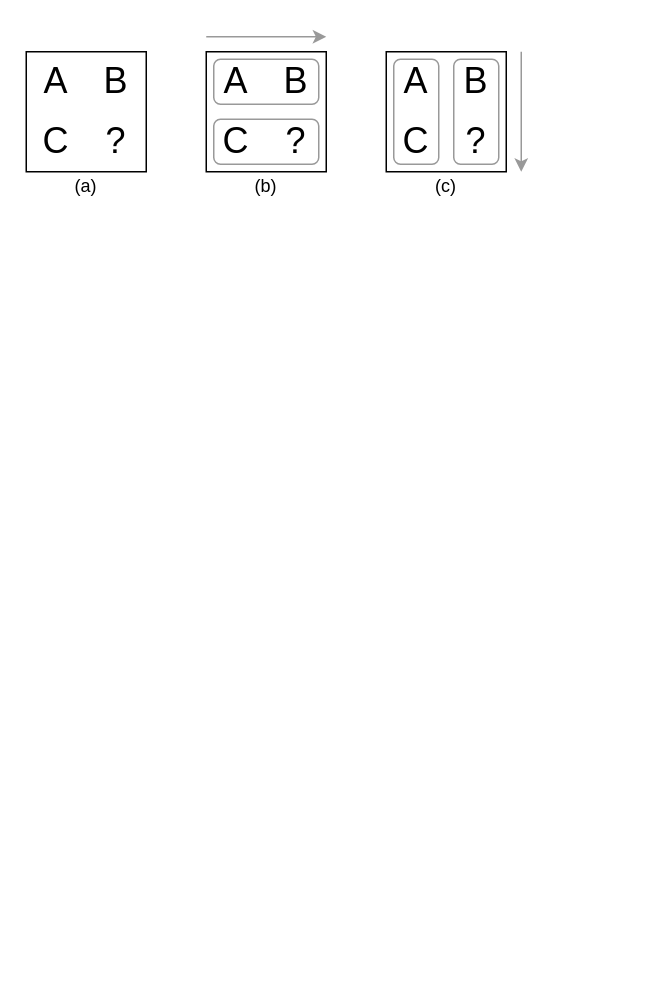
The draw.io diagram pic/2x2_anlg.drawio in Yang-Yuan/raven-extension, before the edit. Source tidied: cells renumbered, new cells numbered last; positions are measured from the earlier drawing's top-left corner, leaving out a move shared by most shapes. Both pictures are drawn from the tidied source at 150%, with x=0, y=0 at pixel (26, 28).
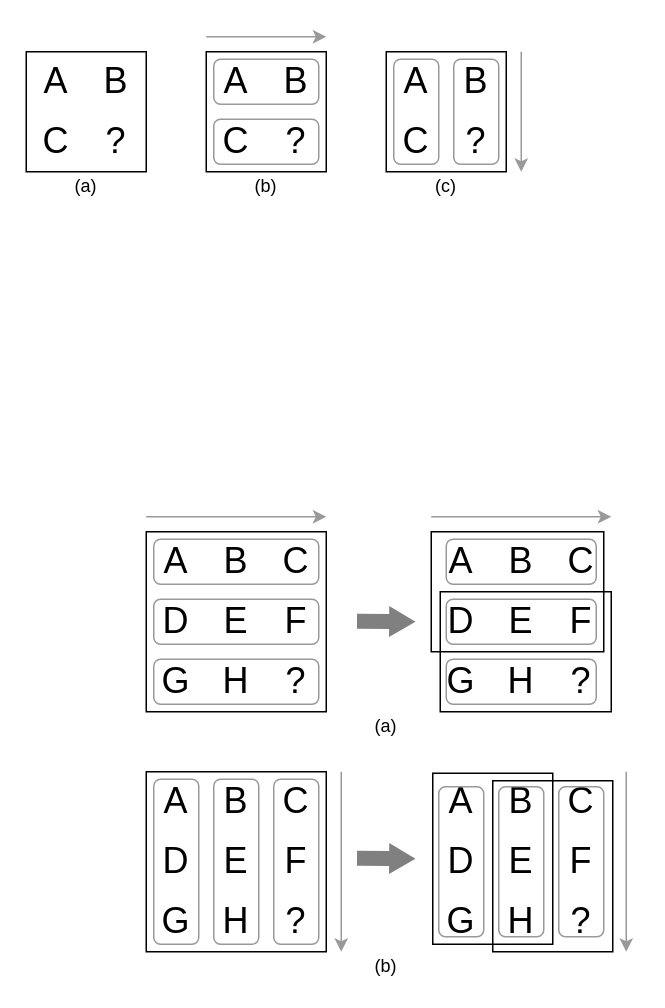
After the change.

The edit, as a diff of the source:
```diff
@@
+    <mxCell id="29" style="rounded=0;whiteSpace=wrap;html=1;strokeColor=#000000;fillColor=none;" parent="1" vertex="1">
+      <mxGeometry x="270" y="335" width="115" height="80" as="geometry" />
+    </mxCell>
+    <mxCell id="30" value="&lt;font style=&quot;font-size: 24px&quot;&gt;A&lt;/font&gt;" style="text;html=1;strokeColor=none;fillColor=none;align=center;verticalAlign=middle;whiteSpace=wrap;rounded=0;" parent="1" vertex="1">
+      <mxGeometry x="270" y="335" width="40" height="40" as="geometry" />
+    </mxCell>
+    <mxCell id="31" value="&lt;font style=&quot;font-size: 24px&quot;&gt;B&lt;/font&gt;" style="text;html=1;strokeColor=none;fillColor=none;align=center;verticalAlign=middle;whiteSpace=wrap;rounded=0;" parent="1" vertex="1">
+      <mxGeometry x="310" y="335" width="40" height="40" as="geometry" />
+    </mxCell>
+    <mxCell id="32" value="&lt;font style=&quot;font-size: 24px&quot;&gt;C&lt;/font&gt;" style="text;html=1;strokeColor=none;fillColor=none;align=center;verticalAlign=middle;whiteSpace=wrap;rounded=0;" parent="1" vertex="1">
+      <mxGeometry x="350" y="335" width="40" height="40" as="geometry" />
+    </mxCell>
+    <mxCell id="33" value="&lt;font style=&quot;font-size: 24px&quot;&gt;D&lt;/font&gt;" style="text;html=1;strokeColor=none;fillColor=none;align=center;verticalAlign=middle;whiteSpace=wrap;rounded=0;" parent="1" vertex="1">
+      <mxGeometry x="270" y="375" width="40" height="40" as="geometry" />
+    </mxCell>
+    <mxCell id="34" value="&lt;font style=&quot;font-size: 24px&quot;&gt;E&lt;/font&gt;" style="text;html=1;strokeColor=none;fillColor=none;align=center;verticalAlign=middle;whiteSpace=wrap;rounded=0;" parent="1" vertex="1">
+      <mxGeometry x="310" y="375" width="40" height="40" as="geometry" />
+    </mxCell>
+    <mxCell id="35" value="&lt;font style=&quot;font-size: 24px&quot;&gt;F&lt;/font&gt;" style="text;html=1;strokeColor=none;fillColor=none;align=center;verticalAlign=middle;whiteSpace=wrap;rounded=0;" parent="1" vertex="1">
+      <mxGeometry x="350" y="375" width="40" height="40" as="geometry" />
+    </mxCell>
+    <mxCell id="36" value="&lt;font style=&quot;font-size: 24px&quot;&gt;G&lt;/font&gt;" style="text;html=1;strokeColor=none;fillColor=none;align=center;verticalAlign=middle;whiteSpace=wrap;rounded=0;" parent="1" vertex="1">
+      <mxGeometry x="270" y="415" width="40" height="40" as="geometry" />
+    </mxCell>
+    <mxCell id="37" value="&lt;font style=&quot;font-size: 24px&quot;&gt;H&lt;/font&gt;" style="text;html=1;strokeColor=none;fillColor=none;align=center;verticalAlign=middle;whiteSpace=wrap;rounded=0;" parent="1" vertex="1">
+      <mxGeometry x="310" y="415" width="40" height="40" as="geometry" />
+    </mxCell>
+    <mxCell id="38" style="endArrow=classic;html=1;strokeColor=#999999;" parent="1" edge="1">
+      <mxGeometry relative="1" as="geometry">
+        <mxPoint x="270" y="325" as="sourcePoint" />
+        <mxPoint x="390" y="325" as="targetPoint" />
+      </mxGeometry>
+    </mxCell>
+    <mxCell id="39" value="&lt;font style=&quot;font-size: 24px&quot;&gt;?&lt;/font&gt;" style="text;html=1;strokeColor=none;fillColor=none;align=center;verticalAlign=middle;whiteSpace=wrap;rounded=0;" parent="1" vertex="1">
+      <mxGeometry x="350" y="415" width="40" height="40" as="geometry" />
+    </mxCell>
+    <mxCell id="40" style="rounded=1;whiteSpace=wrap;html=1;strokeColor=#999999;fillColor=none;" parent="1" vertex="1">
+      <mxGeometry x="280" y="340" width="100" height="30" as="geometry" />
+    </mxCell>
+    <mxCell id="41" style="rounded=1;whiteSpace=wrap;html=1;strokeColor=#999999;fillColor=none;" parent="1" vertex="1">
+      <mxGeometry x="280" y="380" width="100" height="30" as="geometry" />
+    </mxCell>
+    <mxCell id="42" style="rounded=1;whiteSpace=wrap;html=1;strokeColor=#999999;fillColor=none;" parent="1" vertex="1">
+      <mxGeometry x="280" y="420" width="100" height="30" as="geometry" />
+    </mxCell>
+    <mxCell id="43" style="rounded=0;whiteSpace=wrap;html=1;strokeColor=#000000;fillColor=none;" parent="1" vertex="1">
+      <mxGeometry x="276" y="375" width="114" height="80" as="geometry" />
+    </mxCell>
+    <mxCell id="44" style="whiteSpace=wrap;html=1;strokeColor=#000000;fillColor=none;" parent="1" vertex="1">
+      <mxGeometry x="80" y="335" width="120" height="120" as="geometry" />
+    </mxCell>
+    <mxCell id="45" value="&lt;font style=&quot;font-size: 24px&quot;&gt;A&lt;/font&gt;" style="text;html=1;strokeColor=none;fillColor=none;align=center;verticalAlign=middle;whiteSpace=wrap;rounded=0;" parent="1" vertex="1">
+      <mxGeometry x="80" y="335" width="40" height="40" as="geometry" />
+    </mxCell>
+    <mxCell id="46" value="&lt;font style=&quot;font-size: 24px&quot;&gt;B&lt;/font&gt;" style="text;html=1;strokeColor=none;fillColor=none;align=center;verticalAlign=middle;whiteSpace=wrap;rounded=0;" parent="1" vertex="1">
+      <mxGeometry x="120" y="335" width="40" height="40" as="geometry" />
+    </mxCell>
+    <mxCell id="47" value="&lt;font style=&quot;font-size: 24px&quot;&gt;C&lt;/font&gt;" style="text;html=1;strokeColor=none;fillColor=none;align=center;verticalAlign=middle;whiteSpace=wrap;rounded=0;" parent="1" vertex="1">
+      <mxGeometry x="160" y="335" width="40" height="40" as="geometry" />
+    </mxCell>
+    <mxCell id="48" value="&lt;font style=&quot;font-size: 24px&quot;&gt;D&lt;/font&gt;" style="text;html=1;strokeColor=none;fillColor=none;align=center;verticalAlign=middle;whiteSpace=wrap;rounded=0;" parent="1" vertex="1">
+      <mxGeometry x="80" y="375" width="40" height="40" as="geometry" />
+    </mxCell>
+    <mxCell id="49" value="&lt;font style=&quot;font-size: 24px&quot;&gt;E&lt;/font&gt;" style="text;html=1;strokeColor=none;fillColor=none;align=center;verticalAlign=middle;whiteSpace=wrap;rounded=0;" parent="1" vertex="1">
+      <mxGeometry x="120" y="375" width="40" height="40" as="geometry" />
+    </mxCell>
+    <mxCell id="50" value="&lt;font style=&quot;font-size: 24px&quot;&gt;F&lt;/font&gt;" style="text;html=1;strokeColor=none;fillColor=none;align=center;verticalAlign=middle;whiteSpace=wrap;rounded=0;" parent="1" vertex="1">
+      <mxGeometry x="160" y="375" width="40" height="40" as="geometry" />
+    </mxCell>
+    <mxCell id="51" value="&lt;font style=&quot;font-size: 24px&quot;&gt;G&lt;/font&gt;" style="text;html=1;strokeColor=none;fillColor=none;align=center;verticalAlign=middle;whiteSpace=wrap;rounded=0;" parent="1" vertex="1">
+      <mxGeometry x="80" y="415" width="40" height="40" as="geometry" />
+    </mxCell>
+    <mxCell id="52" value="&lt;font style=&quot;font-size: 24px&quot;&gt;H&lt;/font&gt;" style="text;html=1;strokeColor=none;fillColor=none;align=center;verticalAlign=middle;whiteSpace=wrap;rounded=0;" parent="1" vertex="1">
+      <mxGeometry x="120" y="415" width="40" height="40" as="geometry" />
+    </mxCell>
+    <mxCell id="53" value="&lt;font style=&quot;font-size: 24px&quot;&gt;?&lt;/font&gt;" style="text;html=1;strokeColor=none;fillColor=none;align=center;verticalAlign=middle;whiteSpace=wrap;rounded=0;" parent="1" vertex="1">
+      <mxGeometry x="160" y="415" width="40" height="40" as="geometry" />
+    </mxCell>
+    <mxCell id="54" style="rounded=1;whiteSpace=wrap;html=1;strokeColor=#999999;fillColor=none;" parent="1" vertex="1">
+      <mxGeometry x="85" y="420" width="110" height="30" as="geometry" />
+    </mxCell>
+    <mxCell id="55" style="rounded=1;whiteSpace=wrap;html=1;strokeColor=#999999;fillColor=none;" parent="1" vertex="1">
+      <mxGeometry x="85" y="380" width="110" height="30" as="geometry" />
+    </mxCell>
+    <mxCell id="56" style="rounded=1;whiteSpace=wrap;html=1;strokeColor=#999999;fillColor=none;" parent="1" vertex="1">
+      <mxGeometry x="85" y="340" width="110" height="30" as="geometry" />
+    </mxCell>
+    <mxCell id="57" style="endArrow=classic;html=1;strokeColor=#999999;" parent="1" edge="1">
+      <mxGeometry relative="1" as="geometry">
+        <mxPoint x="80" y="325" as="sourcePoint" />
+        <mxPoint x="200" y="325" as="targetPoint" />
+      </mxGeometry>
+    </mxCell>
+    <mxCell id="58" style="shape=flexArrow;endArrow=classic;html=1;strokeColor=none;fillColor=#808080;endWidth=9.714285714285714;endSize=5.525714285714286;" parent="1" edge="1">
+      <mxGeometry relative="1" as="geometry">
+        <mxPoint x="220" y="394.7" as="sourcePoint" />
+        <mxPoint x="260" y="395" as="targetPoint" />
+      </mxGeometry>
+    </mxCell>
+    <mxCell id="59" value="&lt;font style=&quot;font-size: 24px&quot;&gt;A&lt;/font&gt;" style="text;html=1;strokeColor=none;fillColor=none;align=center;verticalAlign=middle;whiteSpace=wrap;rounded=0;" parent="1" vertex="1">
+      <mxGeometry x="270" y="495" width="40" height="40" as="geometry" />
+    </mxCell>
+    <mxCell id="60" value="&lt;font style=&quot;font-size: 24px&quot;&gt;B&lt;/font&gt;" style="text;html=1;strokeColor=none;fillColor=none;align=center;verticalAlign=middle;whiteSpace=wrap;rounded=0;" parent="1" vertex="1">
+      <mxGeometry x="310" y="495" width="40" height="40" as="geometry" />
+    </mxCell>
+    <mxCell id="61" value="&lt;font style=&quot;font-size: 24px&quot;&gt;C&lt;/font&gt;" style="text;html=1;strokeColor=none;fillColor=none;align=center;verticalAlign=middle;whiteSpace=wrap;rounded=0;" parent="1" vertex="1">
+      <mxGeometry x="350" y="495" width="40" height="40" as="geometry" />
+    </mxCell>
+    <mxCell id="62" value="&lt;font style=&quot;font-size: 24px&quot;&gt;D&lt;/font&gt;" style="text;html=1;strokeColor=none;fillColor=none;align=center;verticalAlign=middle;whiteSpace=wrap;rounded=0;" parent="1" vertex="1">
+      <mxGeometry x="270" y="535" width="40" height="40" as="geometry" />
+    </mxCell>
+    <mxCell id="63" value="&lt;font style=&quot;font-size: 24px&quot;&gt;E&lt;/font&gt;" style="text;html=1;strokeColor=none;fillColor=none;align=center;verticalAlign=middle;whiteSpace=wrap;rounded=0;" parent="1" vertex="1">
+      <mxGeometry x="310" y="535" width="40" height="40" as="geometry" />
+    </mxCell>
+    <mxCell id="64" value="&lt;font style=&quot;font-size: 24px&quot;&gt;F&lt;/font&gt;" style="text;html=1;strokeColor=none;fillColor=none;align=center;verticalAlign=middle;whiteSpace=wrap;rounded=0;" parent="1" vertex="1">
+      <mxGeometry x="350" y="535" width="40" height="40" as="geometry" />
+    </mxCell>
+    <mxCell id="65" value="&lt;font style=&quot;font-size: 24px&quot;&gt;G&lt;/font&gt;" style="text;html=1;strokeColor=none;fillColor=none;align=center;verticalAlign=middle;whiteSpace=wrap;rounded=0;" parent="1" vertex="1">
+      <mxGeometry x="270" y="575" width="40" height="40" as="geometry" />
+    </mxCell>
+    <mxCell id="66" value="&lt;font style=&quot;font-size: 24px&quot;&gt;H&lt;/font&gt;" style="text;html=1;strokeColor=none;fillColor=none;align=center;verticalAlign=middle;whiteSpace=wrap;rounded=0;" parent="1" vertex="1">
+      <mxGeometry x="310" y="575" width="40" height="40" as="geometry" />
+    </mxCell>
+    <mxCell id="67" style="endArrow=classic;html=1;strokeColor=#999999;" parent="1" edge="1">
+      <mxGeometry relative="1" as="geometry">
+        <mxPoint x="400" y="495" as="sourcePoint" />
+        <mxPoint x="400" y="615" as="targetPoint" />
+      </mxGeometry>
+    </mxCell>
+    <mxCell id="68" value="&lt;font style=&quot;font-size: 24px&quot;&gt;?&lt;/font&gt;" style="text;html=1;strokeColor=none;fillColor=none;align=center;verticalAlign=middle;whiteSpace=wrap;rounded=0;" parent="1" vertex="1">
+      <mxGeometry x="350" y="575" width="40" height="40" as="geometry" />
+    </mxCell>
+    <mxCell id="69" style="rounded=1;whiteSpace=wrap;html=1;strokeColor=#999999;fillColor=none;rotation=90;" parent="1" vertex="1">
+      <mxGeometry x="240" y="540" width="100" height="30" as="geometry" />
+    </mxCell>
+    <mxCell id="70" style="rounded=1;whiteSpace=wrap;html=1;strokeColor=#999999;fillColor=none;rotation=90;" parent="1" vertex="1">
+      <mxGeometry x="280" y="540" width="100" height="30" as="geometry" />
+    </mxCell>
+    <mxCell id="71" style="rounded=1;whiteSpace=wrap;html=1;strokeColor=#999999;fillColor=none;rotation=90;" parent="1" vertex="1">
+      <mxGeometry x="320" y="540" width="100" height="30" as="geometry" />
+    </mxCell>
+    <mxCell id="72" style="rounded=0;whiteSpace=wrap;html=1;strokeColor=#000000;fillColor=none;rotation=90;" parent="1" vertex="1">
+      <mxGeometry x="254" y="513" width="114" height="80" as="geometry" />
+    </mxCell>
+    <mxCell id="73" style="rounded=0;whiteSpace=wrap;html=1;strokeColor=#000000;fillColor=none;rotation=90;" parent="1" vertex="1">
+      <mxGeometry x="294" y="518" width="114" height="80" as="geometry" />
+    </mxCell>
+    <mxCell id="74" style="whiteSpace=wrap;html=1;strokeColor=#000000;fillColor=none;" parent="1" vertex="1">
+      <mxGeometry x="80" y="495" width="120" height="120" as="geometry" />
+    </mxCell>
+    <mxCell id="75" value="&lt;font style=&quot;font-size: 24px&quot;&gt;A&lt;/font&gt;" style="text;html=1;strokeColor=none;fillColor=none;align=center;verticalAlign=middle;whiteSpace=wrap;rounded=0;" parent="1" vertex="1">
+      <mxGeometry x="80" y="495" width="40" height="40" as="geometry" />
+    </mxCell>
+    <mxCell id="76" value="&lt;font style=&quot;font-size: 24px&quot;&gt;B&lt;/font&gt;" style="text;html=1;strokeColor=none;fillColor=none;align=center;verticalAlign=middle;whiteSpace=wrap;rounded=0;" parent="1" vertex="1">
+      <mxGeometry x="120" y="495" width="40" height="40" as="geometry" />
+    </mxCell>
+    <mxCell id="77" value="&lt;font style=&quot;font-size: 24px&quot;&gt;C&lt;/font&gt;" style="text;html=1;strokeColor=none;fillColor=none;align=center;verticalAlign=middle;whiteSpace=wrap;rounded=0;" parent="1" vertex="1">
+      <mxGeometry x="160" y="495" width="40" height="40" as="geometry" />
+    </mxCell>
+    <mxCell id="78" value="&lt;font style=&quot;font-size: 24px&quot;&gt;D&lt;/font&gt;" style="text;html=1;strokeColor=none;fillColor=none;align=center;verticalAlign=middle;whiteSpace=wrap;rounded=0;" parent="1" vertex="1">
+      <mxGeometry x="80" y="535" width="40" height="40" as="geometry" />
+    </mxCell>
+    <mxCell id="79" value="&lt;font style=&quot;font-size: 24px&quot;&gt;E&lt;/font&gt;" style="text;html=1;strokeColor=none;fillColor=none;align=center;verticalAlign=middle;whiteSpace=wrap;rounded=0;" parent="1" vertex="1">
+      <mxGeometry x="120" y="535" width="40" height="40" as="geometry" />
+    </mxCell>
+    <mxCell id="80" value="&lt;font style=&quot;font-size: 24px&quot;&gt;F&lt;/font&gt;" style="text;html=1;strokeColor=none;fillColor=none;align=center;verticalAlign=middle;whiteSpace=wrap;rounded=0;" parent="1" vertex="1">
+      <mxGeometry x="160" y="535" width="40" height="40" as="geometry" />
+    </mxCell>
+    <mxCell id="81" value="&lt;font style=&quot;font-size: 24px&quot;&gt;G&lt;/font&gt;" style="text;html=1;strokeColor=none;fillColor=none;align=center;verticalAlign=middle;whiteSpace=wrap;rounded=0;" parent="1" vertex="1">
+      <mxGeometry x="80" y="575" width="40" height="40" as="geometry" />
+    </mxCell>
+    <mxCell id="82" value="&lt;font style=&quot;font-size: 24px&quot;&gt;H&lt;/font&gt;" style="text;html=1;strokeColor=none;fillColor=none;align=center;verticalAlign=middle;whiteSpace=wrap;rounded=0;" parent="1" vertex="1">
+      <mxGeometry x="120" y="575" width="40" height="40" as="geometry" />
+    </mxCell>
+    <mxCell id="83" value="&lt;font style=&quot;font-size: 24px&quot;&gt;?&lt;/font&gt;" style="text;html=1;strokeColor=none;fillColor=none;align=center;verticalAlign=middle;whiteSpace=wrap;rounded=0;" parent="1" vertex="1">
+      <mxGeometry x="160" y="575" width="40" height="40" as="geometry" />
+    </mxCell>
+    <mxCell id="84" style="endArrow=classic;html=1;strokeColor=#999999;" parent="1" edge="1">
+      <mxGeometry relative="1" as="geometry">
+        <mxPoint x="210" y="495" as="sourcePoint" />
+        <mxPoint x="210" y="615" as="targetPoint" />
+      </mxGeometry>
+    </mxCell>
+    <mxCell id="85" style="rounded=1;whiteSpace=wrap;html=1;strokeColor=#999999;fillColor=none;rotation=90;" parent="1" vertex="1">
+      <mxGeometry x="125" y="540" width="110" height="30" as="geometry" />
+    </mxCell>
+    <mxCell id="86" style="rounded=1;whiteSpace=wrap;html=1;strokeColor=#999999;fillColor=none;rotation=90;" parent="1" vertex="1">
+      <mxGeometry x="85" y="540" width="110" height="30" as="geometry" />
+    </mxCell>
+    <mxCell id="87" style="rounded=1;whiteSpace=wrap;html=1;strokeColor=#999999;fillColor=none;rotation=90;" parent="1" vertex="1">
+      <mxGeometry x="45" y="540" width="110" height="30" as="geometry" />
+    </mxCell>
+    <mxCell id="88" style="shape=flexArrow;endArrow=classic;html=1;strokeColor=none;fillColor=#808080;endWidth=9.714285714285714;endSize=5.525714285714286;" parent="1" edge="1">
+      <mxGeometry relative="1" as="geometry">
+        <mxPoint x="220" y="552.7" as="sourcePoint" />
+        <mxPoint x="260" y="553" as="targetPoint" />
+      </mxGeometry>
+    </mxCell>
+    <mxCell id="89" value="(b)" style="text;html=1;strokeColor=none;fillColor=none;align=center;verticalAlign=middle;whiteSpace=wrap;rounded=0;dashed=1;dashPattern=1 1;" parent="1" vertex="1">
+      <mxGeometry x="80" y="615" width="320" height="20" as="geometry" />
+    </mxCell>
+    <mxCell id="90" value="(a)" style="text;html=1;strokeColor=none;fillColor=none;align=center;verticalAlign=middle;whiteSpace=wrap;rounded=0;dashed=1;dashPattern=1 1;" parent="1" vertex="1">
+      <mxGeometry x="80" y="455" width="320" height="20" as="geometry" />
+    </mxCell>
```
